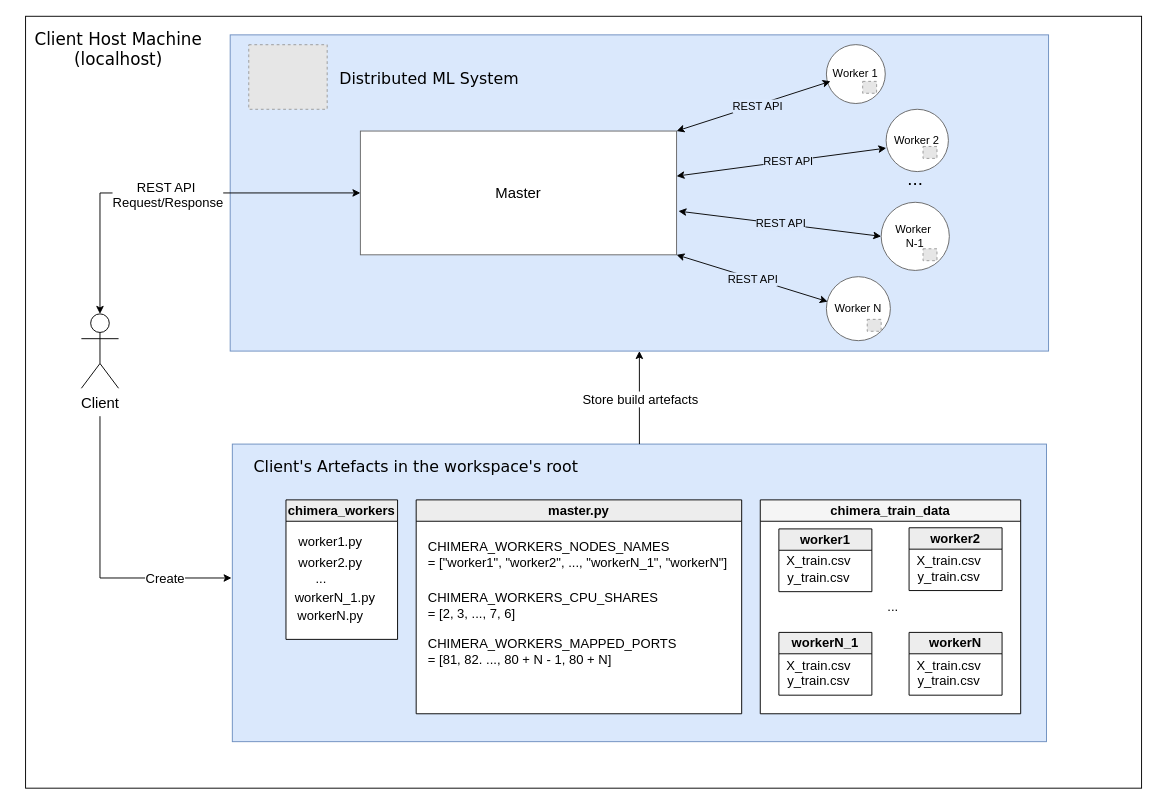
The draw.io diagram images/client/client_interactions.drawio in Samirnunes/chimera, before the edit. Source tidied: cells renumbered, new cells numbered last; positions are measured from the earlier drawing's top-left corner, leaving out a move shared by most shapes. Both pictures are drawn from the tidied source at 93%, with x=0, y=0 at pixel (16, 16). Pictures stored in the file or linked from it are replaced by grey dashed boxes.
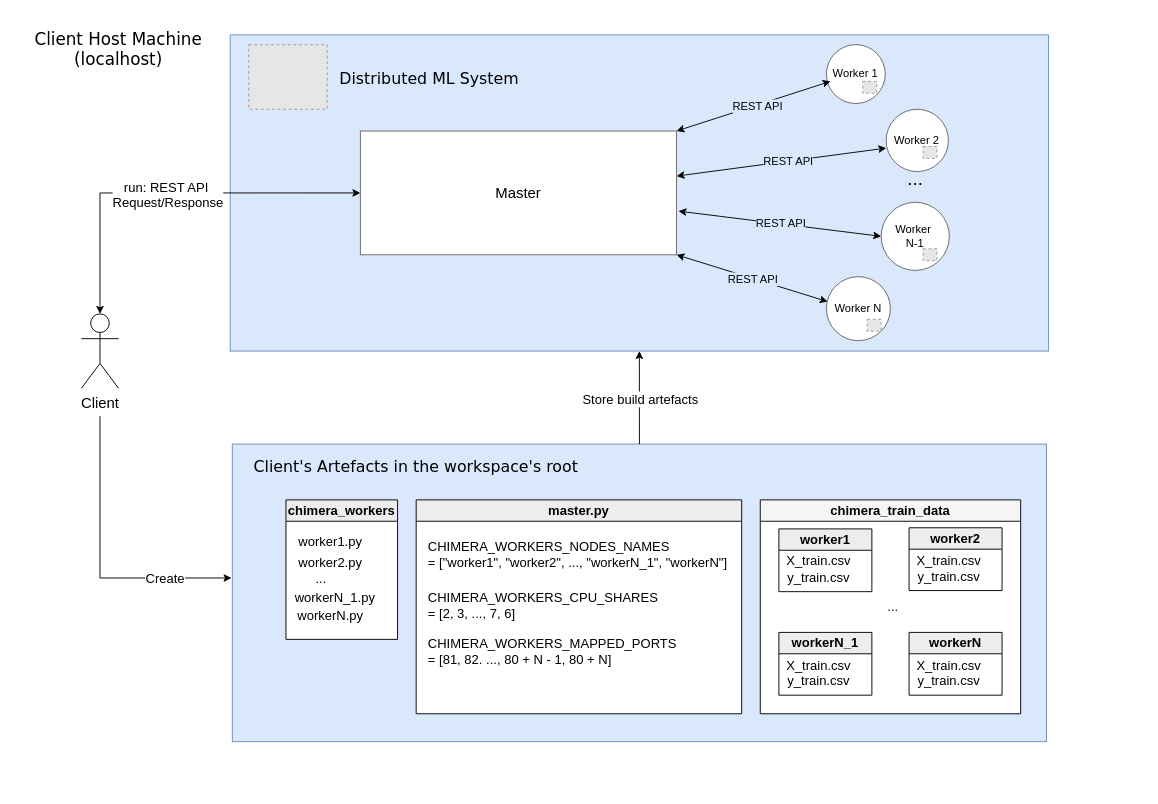
After the change.

The change refers to these unchanged cells:
```xml
<mxCell id="58" style="endArrow=classic;html=1;strokeWidth=1;exitX=0.5;exitY=0;exitDx=0;exitDy=0;exitPerimeter=0;endFill=1;rounded=0;curved=0;startArrow=classic;startFill=1;entryX=0;entryY=0.5;entryDx=0;entryDy=0;" parent="1" edge="1" source="4" target="27">
  <mxGeometry relative="1" as="geometry">
    <Array as="points">
      <mxPoint x="90" y="190" />
    </Array>
  </mxGeometry>
</mxCell>
```

The edit, as a diff of the source:
```diff
@@
-    <mxCell id="2" style="rounded=0;whiteSpace=wrap;html=1;fillColor=light-dark(#ffffff, #212121);" parent="1" vertex="1">
+    <mxCell id="2" style="rounded=0;whiteSpace=wrap;html=1;fillColor=light-dark(#ffffff, #212121);strokeColor=none;" parent="1" vertex="1">
       <mxGeometry x="10" width="1200" height="830" as="geometry" />
     </mxCell>
@@
-    <mxCell id="59" value="&lt;span style=&quot;color: rgb(0, 0, 0);&quot;&gt;&lt;font style=&quot;font-size: 14px;&quot;&gt;REST API&amp;nbsp;&lt;/font&gt;&lt;/span&gt;&lt;div&gt;&lt;span style=&quot;color: rgb(0, 0, 0);&quot;&gt;&lt;font style=&quot;font-size: 14px;&quot;&gt;Request/Response&lt;/font&gt;&lt;/span&gt;&lt;/div&gt;" style="edgeLabel;html=1;align=center;verticalAlign=middle;labelBackgroundColor=light-dark(#ffffff, #212121);" parent="58" vertex="1">
+    <mxCell id="59" value="&lt;span style=&quot;color: rgb(0, 0, 0);&quot;&gt;&lt;font style=&quot;font-size: 14px;&quot;&gt;run: REST API&amp;nbsp;&lt;/font&gt;&lt;/span&gt;&lt;div&gt;&lt;span style=&quot;color: rgb(0, 0, 0);&quot;&gt;&lt;font style=&quot;font-size: 14px;&quot;&gt;Request/Response&lt;/font&gt;&lt;/span&gt;&lt;/div&gt;" style="edgeLabel;html=1;align=center;verticalAlign=middle;labelBackgroundColor=light-dark(#ffffff, #212121);" parent="58" vertex="1">
       <mxGeometry x="0.46" y="2" relative="1" as="geometry">
         <mxPoint x="-96" y="4" as="offset" />
       </mxGeometry>
     </mxCell>
```
